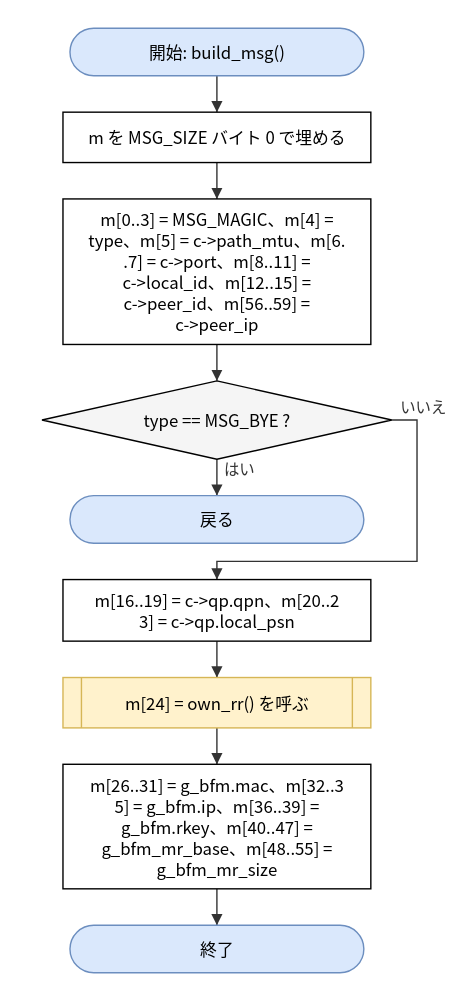
This is doc/spec/images/flow_src_bfm_cm-build_msg.drawio.svg from hf355051012-ai/bfmem, a draw.io export, as it was before one commit. Source tidied: cells renumbered, new cells last; positions are measured from the earlier drawing's top-left corner, leaving out a move shared by most shapes.
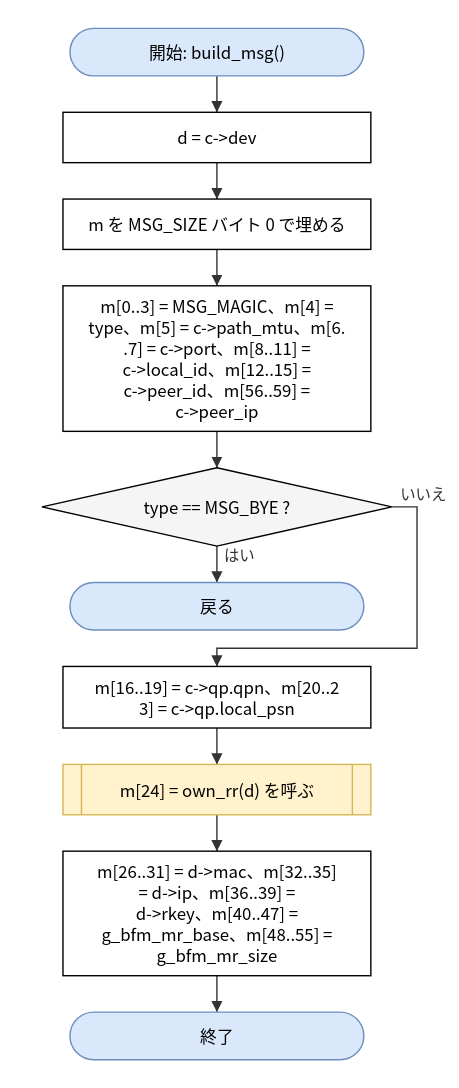
Above is the later version.

What changed in the source:
```diff
@@ -5,30 +5,33 @@
     <mxCell id="2" value="開始: build_msg()" style="rounded=1;arcSize=50;whiteSpace=wrap;html=1;fillColor=#dae8fc;strokeColor=#6c8ebf;" parent="1" vertex="1">
       <mxGeometry x="20" width="210" height="34" as="geometry" />
     </mxCell>
-    <mxCell id="3" value="m を MSG_SIZE バイト 0 で埋める" style="rounded=0;whiteSpace=wrap;html=1;" parent="1" vertex="1">
+    <mxCell id="3" value="d = c-&amp;gt;dev" style="rounded=0;whiteSpace=wrap;html=1;" parent="1" vertex="1">
       <mxGeometry x="15" y="60" width="220" height="36" as="geometry" />
     </mxCell>
-    <mxCell id="4" value="m[0..3] = MSG_MAGIC、m[4] =&lt;br&gt;type、m[5] = c-&amp;gt;path_mtu、m[6.&lt;br&gt;.7] = c-&amp;gt;port、m[8..11] =&lt;br&gt;c-&amp;gt;local_id、m[12..15] =&lt;br&gt;c-&amp;gt;peer_id、m[56..59] =&lt;br&gt;c-&amp;gt;peer_ip" style="rounded=0;whiteSpace=wrap;html=1;" parent="1" vertex="1">
-      <mxGeometry x="15" y="122" width="220" height="104" as="geometry" />
+    <mxCell id="4" value="m を MSG_SIZE バイト 0 で埋める" style="rounded=0;whiteSpace=wrap;html=1;" parent="1" vertex="1">
+      <mxGeometry x="15" y="122" width="220" height="36" as="geometry" />
     </mxCell>
-    <mxCell id="5" value="type == MSG_BYE ?" style="rhombus;whiteSpace=wrap;html=1;fillColor=#f5f5f5;" parent="1" vertex="1">
-      <mxGeometry y="252" width="250" height="56" as="geometry" />
+    <mxCell id="5" value="m[0..3] = MSG_MAGIC、m[4] =&lt;br&gt;type、m[5] = c-&amp;gt;path_mtu、m[6.&lt;br&gt;.7] = c-&amp;gt;port、m[8..11] =&lt;br&gt;c-&amp;gt;local_id、m[12..15] =&lt;br&gt;c-&amp;gt;peer_id、m[56..59] =&lt;br&gt;c-&amp;gt;peer_ip" style="rounded=0;whiteSpace=wrap;html=1;" parent="1" vertex="1">
+      <mxGeometry x="15" y="184" width="220" height="104" as="geometry" />
     </mxCell>
-    <mxCell id="6" value="戻る" style="rounded=1;arcSize=50;whiteSpace=wrap;html=1;fillColor=#dae8fc;strokeColor=#6c8ebf;" parent="1" vertex="1">
-      <mxGeometry x="20" y="334" width="210" height="34" as="geometry" />
+    <mxCell id="6" value="type == MSG_BYE ?" style="rhombus;whiteSpace=wrap;html=1;fillColor=#f5f5f5;" parent="1" vertex="1">
+      <mxGeometry y="314" width="250" height="56" as="geometry" />
     </mxCell>
-    <mxCell id="7" value="m[16..19] = c-&amp;gt;qp.qpn、m[20..2&lt;br&gt;3] = c-&amp;gt;qp.local_psn" style="rounded=0;whiteSpace=wrap;html=1;" parent="1" vertex="1">
-      <mxGeometry x="15" y="394" width="220" height="44" as="geometry" />
+    <mxCell id="7" value="戻る" style="rounded=1;arcSize=50;whiteSpace=wrap;html=1;fillColor=#dae8fc;strokeColor=#6c8ebf;" parent="1" vertex="1">
+      <mxGeometry x="20" y="396" width="210" height="34" as="geometry" />
     </mxCell>
-    <mxCell id="8" value="m[24] = own_rr() を呼ぶ" style="shape=process;whiteSpace=wrap;html=1;backgroundOutline=1;size=0.06;fillColor=#fff2cc;strokeColor=#d6b656;" parent="1" vertex="1">
-      <mxGeometry x="15" y="464" width="220" height="36" as="geometry" />
+    <mxCell id="8" value="m[16..19] = c-&amp;gt;qp.qpn、m[20..2&lt;br&gt;3] = c-&amp;gt;qp.local_psn" style="rounded=0;whiteSpace=wrap;html=1;" parent="1" vertex="1">
+      <mxGeometry x="15" y="456" width="220" height="44" as="geometry" />
     </mxCell>
-    <mxCell id="9" value="m[26..31] = g_bfm.mac、m[32..3&lt;br&gt;5] = g_bfm.ip、m[36..39] =&lt;br&gt;g_bfm.rkey、m[40..47] =&lt;br&gt;g_bfm_mr_base、m[48..55] =&lt;br&gt;g_bfm_mr_size" style="rounded=0;whiteSpace=wrap;html=1;" parent="1" vertex="1">
-      <mxGeometry x="15" y="526" width="220" height="89" as="geometry" />
+    <mxCell id="9" value="m[24] = own_rr(d) を呼ぶ" style="shape=process;whiteSpace=wrap;html=1;backgroundOutline=1;size=0.06;fillColor=#fff2cc;strokeColor=#d6b656;" parent="1" vertex="1">
+      <mxGeometry x="15" y="526" width="220" height="36" as="geometry" />
     </mxCell>
-    <mxCell id="10" value="終了" style="rounded=1;arcSize=50;whiteSpace=wrap;html=1;fillColor=#dae8fc;strokeColor=#6c8ebf;" parent="1" vertex="1">
-      <mxGeometry x="20" y="641" width="210" height="34" as="geometry" />
+    <mxCell id="10" value="m[26..31] = d-&amp;gt;mac、m[32..35]&lt;br&gt;= d-&amp;gt;ip、m[36..39] =&lt;br&gt;d-&amp;gt;rkey、m[40..47] =&lt;br&gt;g_bfm_mr_base、m[48..55] =&lt;br&gt;g_bfm_mr_size" style="rounded=0;whiteSpace=wrap;html=1;" parent="1" vertex="1">
+      <mxGeometry x="15" y="588" width="220" height="89" as="geometry" />
     </mxCell>
+    <mxCell id="19" value="終了" style="rounded=1;arcSize=50;whiteSpace=wrap;html=1;fillColor=#dae8fc;strokeColor=#6c8ebf;" parent="1" vertex="1">
+      <mxGeometry x="20" y="703" width="210" height="34" as="geometry" />
+    </mxCell>
     <mxCell id="11" style="edgeStyle=none;html=1;rounded=0;endArrow=block;endFill=1;exitX=0.5000;exitY=1.0000;exitDx=0;exitDy=0;exitPerimeter=0;entryX=0.5000;entryY=0.0000;entryDx=0;entryDy=0;entryPerimeter=0;" parent="1" edge="1" source="2" target="3">
       <mxGeometry relative="1" as="geometry" />
     </mxCell>
@@ -38,20 +41,20 @@
     <mxCell id="13" style="edgeStyle=none;html=1;rounded=0;endArrow=block;endFill=1;exitX=0.5000;exitY=1.0000;exitDx=0;exitDy=0;exitPerimeter=0;entryX=0.5000;entryY=0.0000;entryDx=0;entryDy=0;entryPerimeter=0;" parent="1" edge="1" source="4" target="5">
       <mxGeometry relative="1" as="geometry" />
     </mxCell>
-    <mxCell id="14" value="はい" style="edgeStyle=none;html=1;rounded=0;endArrow=block;endFill=1;exitX=0.5000;exitY=1.0000;exitDx=0;exitDy=0;exitPerimeter=0;entryX=0.5000;entryY=0.0000;entryDx=0;entryDy=0;entryPerimeter=0;" parent="1" edge="1" source="5" target="6">
+    <mxCell id="14" style="edgeStyle=none;html=1;rounded=0;endArrow=block;endFill=1;exitX=0.5000;exitY=1.0000;exitDx=0;exitDy=0;exitPerimeter=0;entryX=0.5000;entryY=0.0000;entryDx=0;entryDy=0;entryPerimeter=0;" parent="1" edge="1" source="5" target="6">
       <mxGeometry relative="1" as="geometry" />
     </mxCell>
-    <mxCell id="15" value="いいえ" style="edgeStyle=none;html=1;rounded=0;endArrow=block;endFill=1;exitX=1.0000;exitY=0.5000;exitDx=0;exitDy=0;exitPerimeter=0;entryX=0.5000;entryY=0.0000;entryDx=0;entryDy=0;entryPerimeter=0;" parent="1" edge="1" source="5" target="7">
-      <mxGeometry relative="1" as="geometry">
-        <Array as="points">
-          <mxPoint x="268" y="280" />
-          <mxPoint x="268" y="381" />
-          <mxPoint x="125" y="381" />
-        </Array>
-      </mxGeometry>
+    <mxCell id="15" value="はい" style="edgeStyle=none;html=1;rounded=0;endArrow=block;endFill=1;exitX=0.5000;exitY=1.0000;exitDx=0;exitDy=0;exitPerimeter=0;entryX=0.5000;entryY=0.0000;entryDx=0;entryDy=0;entryPerimeter=0;" parent="1" edge="1" source="6" target="7">
+      <mxGeometry relative="1" as="geometry" />
     </mxCell>
-    <mxCell id="16" style="edgeStyle=none;html=1;rounded=0;endArrow=block;endFill=1;exitX=0.5000;exitY=1.0000;exitDx=0;exitDy=0;exitPerimeter=0;entryX=0.5000;entryY=0.0000;entryDx=0;entryDy=0;entryPerimeter=0;" parent="1" edge="1" source="7" target="8">
-      <mxGeometry relative="1" as="geometry" />
+    <mxCell id="16" value="いいえ" style="edgeStyle=none;html=1;rounded=0;endArrow=block;endFill=1;exitX=1.0000;exitY=0.5000;exitDx=0;exitDy=0;exitPerimeter=0;entryX=0.5000;entryY=0.0000;entryDx=0;entryDy=0;entryPerimeter=0;" parent="1" edge="1" source="6" target="8">
+      <mxGeometry relative="1" as="geometry">
+        <Array as="points">
+          <mxPoint x="268" y="342" />
+          <mxPoint x="268" y="443" />
+          <mxPoint x="125" y="443" />
+        </Array>
+      </mxGeometry>
     </mxCell>
     <mxCell id="17" style="edgeStyle=none;html=1;rounded=0;endArrow=block;endFill=1;exitX=0.5000;exitY=1.0000;exitDx=0;exitDy=0;exitPerimeter=0;entryX=0.5000;entryY=0.0000;entryDx=0;entryDy=0;entryPerimeter=0;" parent="1" edge="1" source="8" target="9">
       <mxGeometry relative="1" as="geometry" />
@@ -59,5 +62,8 @@
     <mxCell id="18" style="edgeStyle=none;html=1;rounded=0;endArrow=block;endFill=1;exitX=0.5000;exitY=1.0000;exitDx=0;exitDy=0;exitPerimeter=0;entryX=0.5000;entryY=0.0000;entryDx=0;entryDy=0;entryPerimeter=0;" parent="1" edge="1" source="9" target="10">
       <mxGeometry relative="1" as="geometry" />
     </mxCell>
+    <mxCell id="20" style="edgeStyle=none;html=1;rounded=0;endArrow=block;endFill=1;exitX=0.5000;exitY=1.0000;exitDx=0;exitDy=0;exitPerimeter=0;entryX=0.5000;entryY=0.0000;entryDx=0;entryDy=0;entryPerimeter=0;" parent="1" edge="1" source="10" target="19">
+      <mxGeometry relative="1" as="geometry" />
+    </mxCell>
   </root>
 </mxGraphModel>
```
